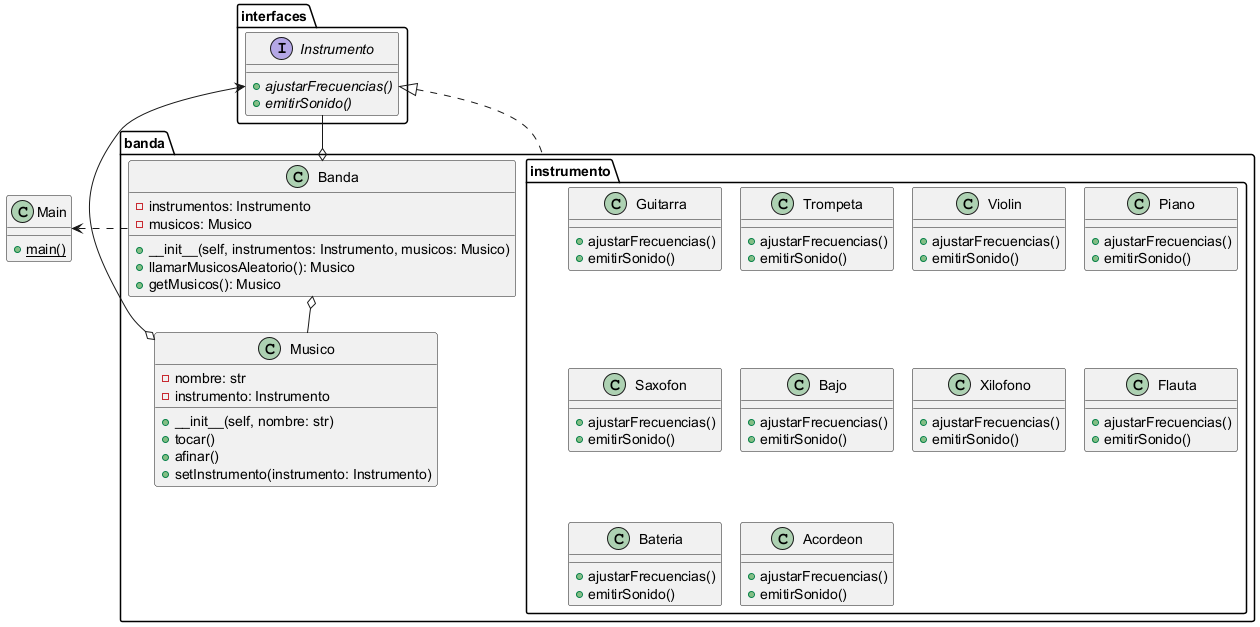
The PlantUML diagram diagramas/imagenes/Diagrama de Clases.png in Inaryuta/Entregable-I-Modelos-Programacion-II, before a commit. Its diagram source:
```plantuml
@startuml Diagrama de Clases
!pragma layout smetana

package "banda" {
    class Musico  {
        -nombre: str
        -instrumento: Instrumento

        +__init__(self, nombre: str)
        +tocar()
        +afinar()
        +setInstrumento(instrumento: Instrumento)
    }

    class Banda {
        -instrumentos: Instrumento
        -musicos: Musico

        +__init__(self, instrumentos: Instrumento, musicos: Musico)
        +llamarMusicosAleatorio(): Musico
        +getMusicos(): Musico
    }

    package "instrumento" {
        class Guitarra {
            +ajustarFrecuencias()
            +emitirSonido()
        }

        class Trompeta {
            +ajustarFrecuencias()
            +emitirSonido()
        }

        class Violin  {
            +ajustarFrecuencias()
            +emitirSonido()
        }

        class Piano  {
            +ajustarFrecuencias()
            +emitirSonido()
        }

        class Saxofon  {
            +ajustarFrecuencias()
            +emitirSonido()
        }

        class Bajo  {
            +ajustarFrecuencias()
            +emitirSonido()
        }

        class Xilofono  {
            +ajustarFrecuencias()
            +emitirSonido()
        }

        class Flauta  {
            +ajustarFrecuencias()
            +emitirSonido()
        }

        class Bateria  {
            +ajustarFrecuencias()
            +emitirSonido()
        }

        class Acordeon  {
            +ajustarFrecuencias()
            +emitirSonido()
        }
    }

    Banda o-- Musico
}

package "interfaces" {
    interface Instrumento {
        +{abstract} ajustarFrecuencias()
        +{abstract} emitirSonido()
    }
}

class Main {
    + {static} main()
}

Main <. banda.Banda

interfaces.Instrumento <-o banda.Musico
interfaces.Instrumento --o banda.Banda

interfaces.Instrumento <|.. banda.instrumento

@enduml
```
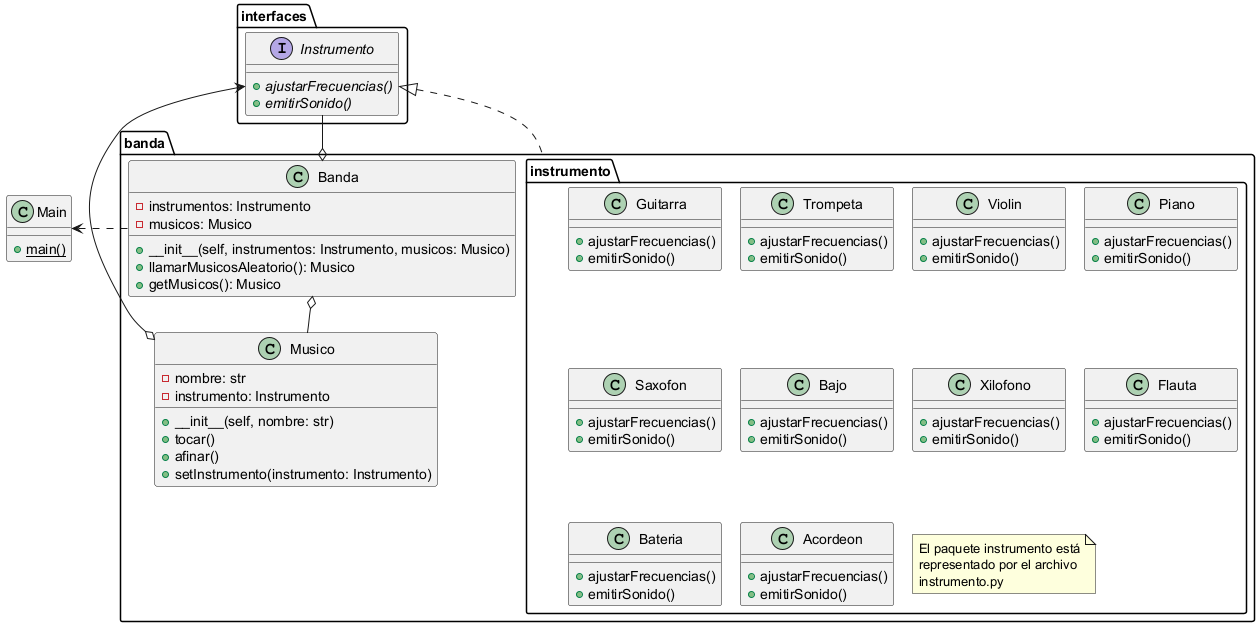
After the change.

What changed in the source:
```diff
@@ -71,6 +71,12 @@
             +ajustarFrecuencias()
             +emitirSonido()
         }
+
+        note as nota1
+            El paquete instrumento está
+            representado por el archivo
+            instrumento.py
+        end note
     }
 
     Banda o-- Musico
@@ -87,6 +93,7 @@
     + {static} main()
 }
 
+
 Main <. banda.Banda
 
 interfaces.Instrumento <-o banda.Musico
```
